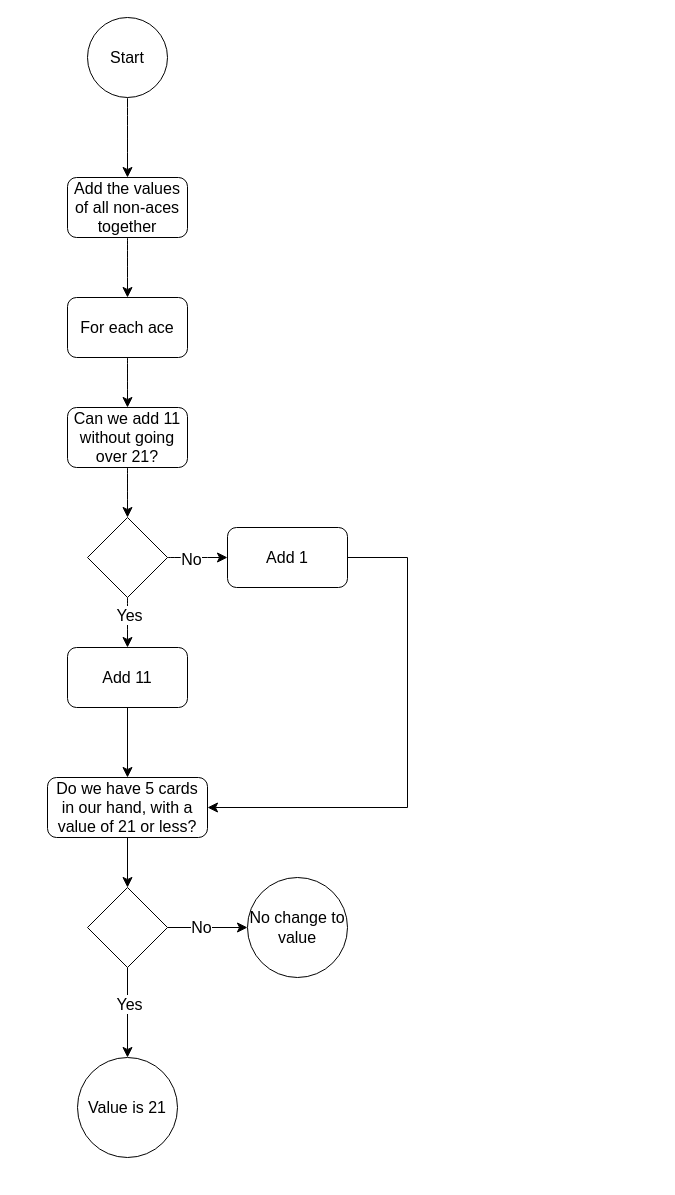
Earlier version of the draw.io diagram docs/HandValue.drawio (BruhSoundEffectNumber2/csa-blackjack). Source tidied: cells renumbered, new cells numbered last; positions are measured from the earlier drawing's top-left corner, leaving out a move shared by most shapes. Both pictures are drawn from the tidied source at 100%, with x=0, y=0 at pixel (47, 17).
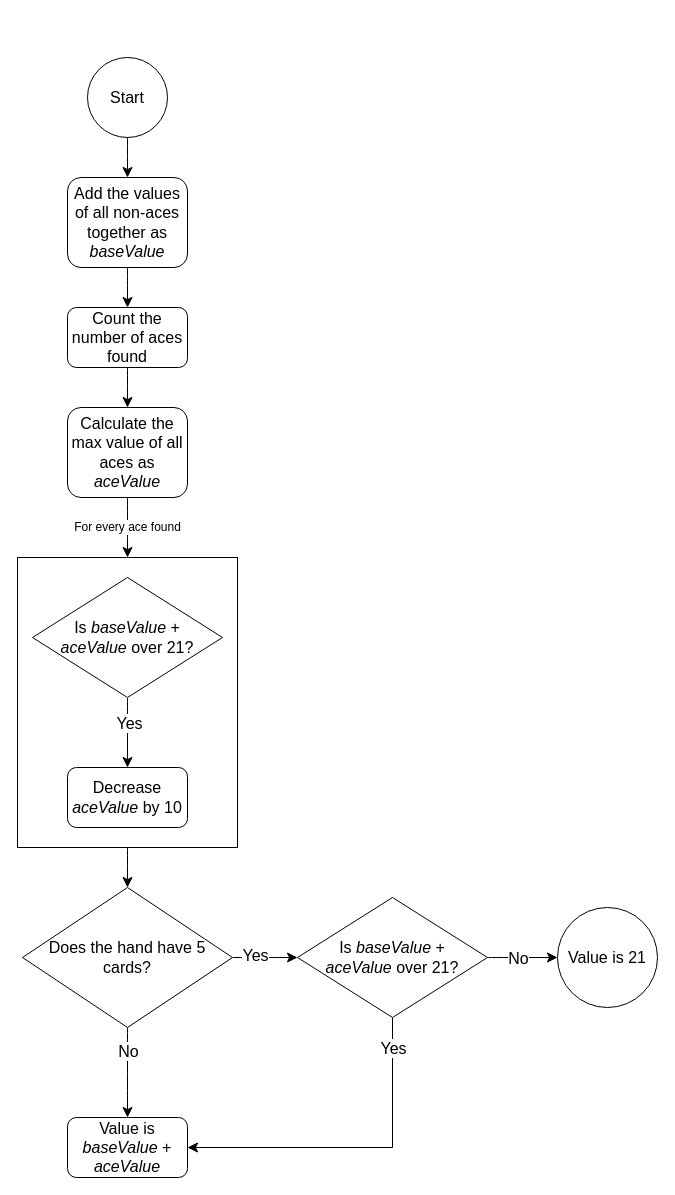
The same page after the edit.

What changed in the source:
```diff
@@
+    <mxCell id="28" style="edgeStyle=none;curved=1;rounded=0;jettySize=auto;html=1;exitX=0.5;exitY=1;exitDx=0;exitDy=0;entryX=0;entryY=0.5;entryDx=0;entryDy=0;fontSize=12;startSize=8;endSize=8;" parent="1" edge="1" source="29" target="45">
+      <mxGeometry relative="1" as="geometry" />
+    </mxCell>
+    <mxCell id="29" style="rounded=0;whiteSpace=wrap;html=1;fontSize=16;fillColor=none;" parent="1" vertex="1">
+      <mxGeometry x="-30" y="540" width="220" height="290" as="geometry" />
+    </mxCell>
@@
     <mxCell id="3" value="Start" style="ellipse;whiteSpace=wrap;html=1;fontSize=16;" parent="1" vertex="1">
-      <mxGeometry x="40" width="80" height="80" as="geometry" />
+      <mxGeometry x="40" y="40" width="80" height="80" as="geometry" />
     </mxCell>
-    <mxCell id="4" style="edgeStyle=none;curved=1;rounded=0;jettySize=auto;html=1;fontSize=12;startSize=8;endSize=8;" parent="1" edge="1" source="5" target="7">
-      <mxGeometry relative="1" as="geometry" />
-    </mxCell>
+    <mxCell id="30" style="edgeStyle=none;curved=1;rounded=0;jettySize=auto;html=1;exitX=0.5;exitY=1;exitDx=0;exitDy=0;entryX=0.5;entryY=0;entryDx=0;entryDy=0;fontSize=12;startSize=8;endSize=8;" parent="1" edge="1" source="5" target="32">
+      <mxGeometry relative="1" as="geometry" />
+    </mxCell>
-    <mxCell id="5" value="Add the values of all non-aces together" style="rounded=1;whiteSpace=wrap;html=1;fontSize=16;direction=east;" parent="1" vertex="1">
-      <mxGeometry x="20" y="160" width="120" height="60" as="geometry" />
+    <mxCell id="5" value="Add the values of all non-aces together as &lt;i&gt;baseValue&lt;/i&gt;" style="rounded=1;whiteSpace=wrap;html=1;fontSize=16;direction=east;" parent="1" vertex="1">
+      <mxGeometry x="20" y="160" width="120" height="90" as="geometry" />
     </mxCell>
-    <mxCell id="6" style="edgeStyle=none;curved=1;rounded=0;jettySize=auto;html=1;fontSize=16;startSize=8;endSize=8;" parent="1" edge="1" source="7" target="9">
-      <mxGeometry relative="1" as="geometry" />
-    </mxCell>
-    <mxCell id="7" value="For each ace" style="rounded=1;whiteSpace=wrap;html=1;fontSize=16;" parent="1" vertex="1">
-      <mxGeometry x="20" y="280" width="120" height="60" as="geometry" />
-    </mxCell>
-    <mxCell id="8" style="edgeStyle=none;curved=1;rounded=0;jettySize=auto;html=1;fontSize=16;startSize=8;endSize=8;" parent="1" edge="1" source="9" target="14">
-      <mxGeometry relative="1" as="geometry" />
-    </mxCell>
-    <mxCell id="9" value="Can we add 11 without going over 21?" style="whiteSpace=wrap;html=1;fontSize=16;rounded=1;" parent="1" vertex="1">
-      <mxGeometry x="20" y="390" width="120" height="60" as="geometry" />
-    </mxCell>
-    <mxCell id="10" style="edgeStyle=none;curved=1;rounded=0;jettySize=auto;html=1;fontSize=16;startSize=8;endSize=8;" parent="1" edge="1" source="14" target="16">
-      <mxGeometry relative="1" as="geometry" />
-    </mxCell>
-    <mxCell id="11" value="Yes" style="edgeLabel;html=1;align=center;verticalAlign=middle;fontSize=16;" parent="10" vertex="1">
-      <mxGeometry x="-0.33" y="1" relative="1" as="geometry" />
-    </mxCell>
-    <mxCell id="12" style="edgeStyle=none;curved=1;rounded=0;jettySize=auto;html=1;fontSize=16;startSize=8;endSize=8;" parent="1" edge="1" source="14" target="18">
-      <mxGeometry relative="1" as="geometry" />
-    </mxCell>
-    <mxCell id="13" value="No" style="edgeLabel;html=1;align=center;verticalAlign=middle;fontSize=16;" parent="12" vertex="1">
-      <mxGeometry x="-0.24" y="-1" relative="1" as="geometry" />
-    </mxCell>
-    <mxCell id="14" style="rhombus;whiteSpace=wrap;html=1;fontSize=16;" parent="1" vertex="1">
-      <mxGeometry x="40" y="500" width="80" height="80" as="geometry" />
-    </mxCell>
-    <mxCell id="15" style="edgeStyle=none;rounded=0;jettySize=auto;html=1;fontSize=16;startSize=8;endSize=8;" parent="1" edge="1" source="16" target="20">
-      <mxGeometry relative="1" as="geometry" />
-    </mxCell>
-    <mxCell id="16" value="Add 11" style="rounded=1;whiteSpace=wrap;html=1;fontSize=16;" parent="1" vertex="1">
-      <mxGeometry x="20" y="630" width="120" height="60" as="geometry" />
-    </mxCell>
-    <mxCell id="17" style="edgeStyle=none;rounded=0;jettySize=auto;html=1;exitX=1;exitY=0.5;exitDx=0;exitDy=0;entryX=1;entryY=0.5;entryDx=0;entryDy=0;fontSize=16;startSize=8;endSize=8;" parent="1" edge="1" source="18" target="20">
-      <mxGeometry relative="1" as="geometry">
-        <Array as="points">
-          <mxPoint x="360" y="540" />
-          <mxPoint x="360" y="790" />
-        </Array>
-      </mxGeometry>
-    </mxCell>
-    <mxCell id="18" value="Add 1" style="rounded=1;whiteSpace=wrap;html=1;fontSize=16;" parent="1" vertex="1">
-      <mxGeometry x="180" y="510" width="120" height="60" as="geometry" />
-    </mxCell>
-    <mxCell id="19" style="edgeStyle=none;rounded=0;jettySize=auto;html=1;fontSize=16;startSize=8;endSize=8;" parent="1" edge="1" source="20" target="25">
-      <mxGeometry relative="1" as="geometry" />
-    </mxCell>
-    <mxCell id="20" value="Do we have 5 cards in our hand, with a value of 21 or less?" style="rounded=1;whiteSpace=wrap;html=1;fontSize=16;" parent="1" vertex="1">
-      <mxGeometry y="760" width="160" height="60" as="geometry" />
-    </mxCell>
-    <mxCell id="21" style="edgeStyle=none;rounded=0;jettySize=auto;html=1;fontSize=16;startSize=8;endSize=8;" parent="1" edge="1" source="25" target="26">
-      <mxGeometry relative="1" as="geometry" />
-    </mxCell>
-    <mxCell id="22" value="Yes" style="edgeLabel;html=1;align=center;verticalAlign=middle;fontSize=16;" parent="21" vertex="1">
-      <mxGeometry x="-0.2" y="1" relative="1" as="geometry" />
-    </mxCell>
-    <mxCell id="23" style="edgeStyle=none;rounded=0;jettySize=auto;html=1;fontSize=16;startSize=8;endSize=8;" parent="1" edge="1" source="25" target="27">
-      <mxGeometry relative="1" as="geometry" />
-    </mxCell>
-    <mxCell id="24" value="No" style="edgeLabel;html=1;align=center;verticalAlign=middle;fontSize=16;" parent="23" vertex="1">
-      <mxGeometry x="-0.18" y="1" relative="1" as="geometry" />
-    </mxCell>
-    <mxCell id="25" style="rhombus;whiteSpace=wrap;html=1;fontSize=16;" parent="1" vertex="1">
-      <mxGeometry x="40" y="870" width="80" height="80" as="geometry" />
-    </mxCell>
+    <mxCell id="31" style="edgeStyle=none;curved=1;rounded=0;jettySize=auto;html=1;fontSize=12;startSize=8;endSize=8;" parent="1" edge="1" source="32" target="34">
+      <mxGeometry relative="1" as="geometry" />
+    </mxCell>
+    <mxCell id="32" value="Count the number of aces found" style="rounded=1;whiteSpace=wrap;html=1;fontSize=16;" parent="1" vertex="1">
+      <mxGeometry x="20" y="290" width="120" height="60" as="geometry" />
+    </mxCell>
+    <mxCell id="33" value="For every ace found" style="edgeStyle=none;curved=1;rounded=0;jettySize=auto;html=1;fontSize=12;startSize=8;endSize=8;" parent="1" edge="1" source="34" target="29">
+      <mxGeometry relative="1" as="geometry" />
+    </mxCell>
+    <mxCell id="34" value="Calculate the max value of all aces as &lt;i&gt;aceValue&lt;/i&gt;" style="rounded=1;whiteSpace=wrap;html=1;fontSize=16;" parent="1" vertex="1">
+      <mxGeometry x="20" y="390" width="120" height="90" as="geometry" />
+    </mxCell>
+    <mxCell id="35" style="edgeStyle=none;curved=1;rounded=0;jettySize=auto;html=1;exitX=0.5;exitY=1;exitDx=0;exitDy=0;entryX=0.5;entryY=0;entryDx=0;entryDy=0;fontSize=12;startSize=8;endSize=8;" parent="1" edge="1" source="37" target="38">
+      <mxGeometry relative="1" as="geometry" />
+    </mxCell>
+    <mxCell id="36" value="Yes" style="edgeLabel;html=1;align=center;verticalAlign=middle;fontSize=16;" parent="35" vertex="1">
+      <mxGeometry x="-0.28" y="1" relative="1" as="geometry" />
+    </mxCell>
+    <mxCell id="37" value="Is &lt;i&gt;baseValue&lt;/i&gt;&amp;nbsp;+ &lt;i&gt;aceValue&lt;/i&gt;&amp;nbsp;over 21?" style="rhombus;whiteSpace=wrap;html=1;fontSize=16;fillColor=default;spacing=2;spacingTop=0;spacingBottom=0;verticalAlign=middle;align=center;" parent="1" vertex="1">
+      <mxGeometry x="-15" y="560" width="190" height="120" as="geometry" />
+    </mxCell>
+    <mxCell id="38" value="Decrease &lt;i&gt;aceValue&lt;/i&gt;&amp;nbsp;by 10" style="rounded=1;whiteSpace=wrap;html=1;fontSize=16;fillColor=default;" parent="1" vertex="1">
+      <mxGeometry x="20" y="750" width="120" height="60" as="geometry" />
+    </mxCell>
+    <mxCell id="39" style="edgeStyle=none;curved=1;rounded=0;orthogonalLoop=1;jettySize=auto;html=1;exitX=0.5;exitY=1;exitDx=0;exitDy=0;fontSize=12;startSize=8;endSize=8;" parent="1" edge="1" source="29" target="29">
+      <mxGeometry relative="1" as="geometry" />
+    </mxCell>
+    <mxCell id="40" style="edgeStyle=none;curved=1;rounded=0;orthogonalLoop=1;jettySize=auto;html=1;exitX=0.5;exitY=1;exitDx=0;exitDy=0;fontSize=12;startSize=8;endSize=8;" parent="1" edge="1" source="29" target="29">
+      <mxGeometry relative="1" as="geometry" />
+    </mxCell>
+    <mxCell id="41" style="edgeStyle=none;curved=1;rounded=0;jettySize=auto;html=1;exitX=0.5;exitY=0;exitDx=0;exitDy=0;entryX=0;entryY=0.5;entryDx=0;entryDy=0;fontSize=12;startSize=8;endSize=8;" parent="1" edge="1" source="45" target="50">
+      <mxGeometry relative="1" as="geometry" />
+    </mxCell>
+    <mxCell id="42" value="Yes" style="edgeLabel;html=1;align=center;verticalAlign=middle;fontSize=16;" parent="41" vertex="1">
+      <mxGeometry x="-0.33" y="3" relative="1" as="geometry" />
+    </mxCell>
+    <mxCell id="43" style="edgeStyle=none;curved=1;rounded=0;jettySize=auto;html=1;exitX=1;exitY=0.5;exitDx=0;exitDy=0;entryX=0.5;entryY=0;entryDx=0;entryDy=0;fontSize=12;startSize=8;endSize=8;" parent="1" edge="1" source="45" target="51">
+      <mxGeometry relative="1" as="geometry" />
+    </mxCell>
+    <mxCell id="44" value="No" style="edgeLabel;html=1;align=center;verticalAlign=middle;fontSize=16;" parent="43" vertex="1">
+      <mxGeometry x="-0.5" relative="1" as="geometry" />
+    </mxCell>
+    <mxCell id="45" value="Does the hand have 5 cards?" style="rhombus;whiteSpace=wrap;html=1;fontSize=16;fillColor=default;direction=south;" parent="1" vertex="1">
+      <mxGeometry x="-25" y="870" width="210" height="140" as="geometry" />
+    </mxCell>
+    <mxCell id="46" style="edgeStyle=none;curved=1;rounded=0;jettySize=auto;html=1;exitX=1;exitY=0.5;exitDx=0;exitDy=0;entryX=0;entryY=0.5;entryDx=0;entryDy=0;fontSize=12;startSize=8;endSize=8;" parent="1" edge="1" source="50" target="26">
+      <mxGeometry relative="1" as="geometry" />
+    </mxCell>
+    <mxCell id="47" value="No" style="edgeLabel;html=1;align=center;verticalAlign=middle;fontSize=16;" parent="46" vertex="1">
+      <mxGeometry x="-0.57" y="1" relative="1" as="geometry">
+        <mxPoint x="15" y="1" as="offset" />
+      </mxGeometry>
+    </mxCell>
+    <mxCell id="48" style="edgeStyle=none;rounded=0;jettySize=auto;html=1;exitX=0.5;exitY=1;exitDx=0;exitDy=0;entryX=1;entryY=0.5;entryDx=0;entryDy=0;fontSize=12;startSize=8;endSize=8;" parent="1" edge="1" source="50" target="51">
+      <mxGeometry relative="1" as="geometry">
+        <Array as="points">
+          <mxPoint x="345" y="1130" />
+        </Array>
+      </mxGeometry>
+    </mxCell>
+    <mxCell id="49" value="Yes" style="edgeLabel;html=1;align=center;verticalAlign=middle;fontSize=16;" parent="48" vertex="1">
+      <mxGeometry x="-0.69" y="-3" relative="1" as="geometry">
+        <mxPoint x="3" y="-22" as="offset" />
+      </mxGeometry>
+    </mxCell>
+    <mxCell id="50" value="Is &lt;i&gt;baseValue&lt;/i&gt;&amp;nbsp;+ &lt;i&gt;aceValue&lt;/i&gt;&amp;nbsp;over 21?" style="rhombus;whiteSpace=wrap;html=1;fontSize=16;fillColor=default;spacing=2;spacingTop=0;spacingBottom=0;verticalAlign=middle;align=center;" parent="1" vertex="1">
+      <mxGeometry x="250" y="880" width="190" height="120" as="geometry" />
+    </mxCell>
-    <mxCell id="26" value="Value is 21" style="ellipse;whiteSpace=wrap;html=1;fontSize=16;" parent="1" vertex="1">
-      <mxGeometry x="30" y="1040" width="100" height="100" as="geometry" />
+    <mxCell id="26" value="Value is 21" style="ellipse;whiteSpace=wrap;html=1;fontSize=16;fillColor=default;" parent="1" vertex="1">
+      <mxGeometry x="510" y="890" width="100" height="100" as="geometry" />
     </mxCell>
-    <mxCell id="27" value="No change to value" style="ellipse;whiteSpace=wrap;html=1;fontSize=16;" parent="1" vertex="1">
-      <mxGeometry x="200" y="860" width="100" height="100" as="geometry" />
-    </mxCell>
+    <mxCell id="51" value="Value is &lt;i&gt;baseValue&lt;/i&gt;&amp;nbsp;+ &lt;i&gt;aceValue&lt;/i&gt;" style="rounded=1;whiteSpace=wrap;html=1;fontSize=16;fillColor=default;" parent="1" vertex="1">
+      <mxGeometry x="20" y="1100" width="120" height="60" as="geometry" />
+    </mxCell>
```
